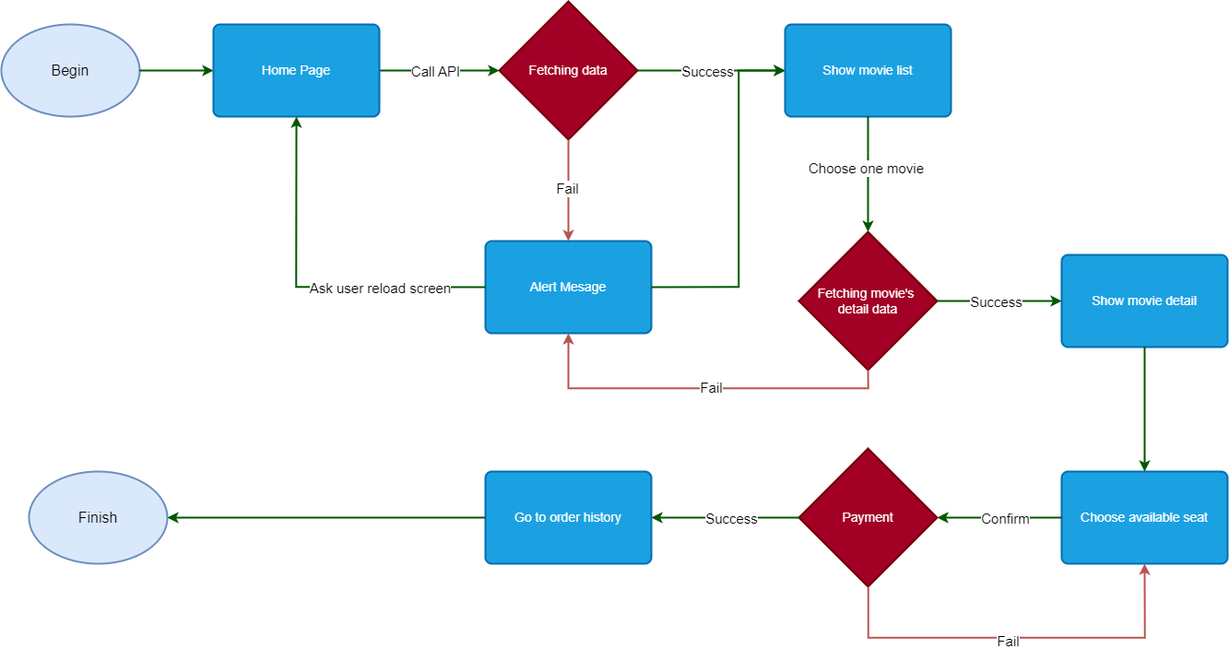
This is buyTicketFlow.drawio.png from anhtuanMDev/AS-FlickTickets, a draw.io export, as it was before one commit. Source tidied: cells renumbered, new cells last; positions are measured from the earlier drawing's top-left corner, leaving out a move shared by most shapes.
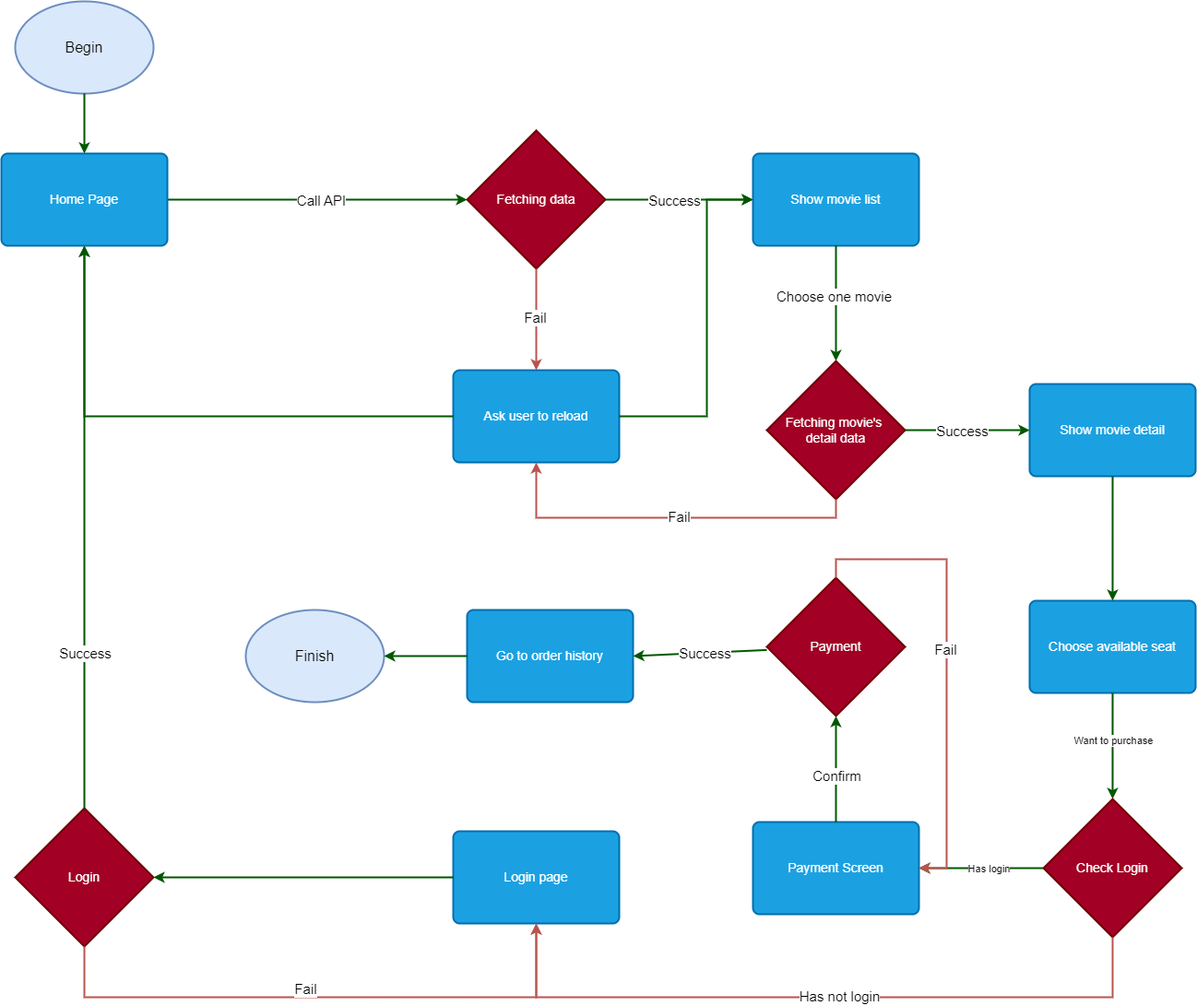
The same diagram one commit later.

Diff of the diagram source:
```diff
@@ -2,7 +2,7 @@
   <root>
     <mxCell id="0" />
     <mxCell id="1" parent="0" />
-    <mxCell id="2" style="edgeStyle=orthogonalEdgeStyle;rounded=0;jettySize=auto;html=1;exitX=1;exitY=0.5;exitDx=0;exitDy=0;fillColor=#008a00;strokeColor=#005700;strokeWidth=2;" parent="1" edge="1" source="4" target="5">
+    <mxCell id="2" style="rounded=0;jettySize=auto;html=1;exitX=1;exitY=0.5;exitDx=0;exitDy=0;fillColor=#008a00;strokeColor=#005700;strokeWidth=2;" parent="1" edge="1" source="4" target="5">
       <mxGeometry relative="1" as="geometry" />
     </mxCell>
     <mxCell id="3" value="&lt;font style=&quot;font-size: 15px;&quot;&gt;Call API&lt;/font&gt;" style="edgeLabel;html=1;align=center;verticalAlign=middle;" parent="2" vertex="1">
@@ -11,7 +11,7 @@
       </mxGeometry>
     </mxCell>
     <mxCell id="4" value="&lt;font style=&quot;font-size: 14px;&quot;&gt;Home Page&lt;/font&gt;" style="rounded=1;whiteSpace=wrap;html=1;absoluteArcSize=1;arcSize=14;strokeWidth=2;fillColor=#1ba1e2;strokeColor=#006EAF;fontColor=#ffffff;" parent="1" vertex="1">
-      <mxGeometry x="230" y="25" width="180" height="100" as="geometry" />
+      <mxGeometry x="35" y="25" width="180" height="100" as="geometry" />
     </mxCell>
     <mxCell id="5" value="&lt;font style=&quot;font-size: 14px;&quot;&gt;Fetching data&lt;/font&gt;" style="strokeWidth=2;html=1;shape=mxgraph.flowchart.decision;whiteSpace=wrap;fillColor=#a20025;fontColor=#ffffff;strokeColor=#6F0000;" parent="1" vertex="1">
       <mxGeometry x="540" width="150" height="150" as="geometry" />
@@ -22,7 +22,7 @@
     <mxCell id="7" value="&lt;font style=&quot;font-size: 15px;&quot;&gt;Fail&lt;/font&gt;" style="edgeLabel;html=1;align=center;verticalAlign=middle;" parent="6" vertex="1">
       <mxGeometry x="-0.06" y="-2" relative="1" as="geometry" />
     </mxCell>
-    <mxCell id="8" value="&lt;span style=&quot;font-size: 14px;&quot;&gt;Alert Mesage&lt;/span&gt;" style="rounded=1;whiteSpace=wrap;html=1;absoluteArcSize=1;arcSize=14;strokeWidth=2;fillColor=#1ba1e2;strokeColor=#006EAF;fontColor=#ffffff;" parent="1" vertex="1">
+    <mxCell id="8" value="&lt;span style=&quot;font-size: 14px;&quot;&gt;Ask user to reload&lt;/span&gt;" style="rounded=1;whiteSpace=wrap;html=1;absoluteArcSize=1;arcSize=14;strokeWidth=2;fillColor=#1ba1e2;strokeColor=#006EAF;fontColor=#ffffff;" parent="1" vertex="1">
       <mxGeometry x="525" y="260" width="180" height="100" as="geometry" />
     </mxCell>
     <mxCell id="9" style="edgeStyle=orthogonalEdgeStyle;rounded=0;jettySize=auto;html=1;exitX=0;exitY=0.5;exitDx=0;exitDy=0;fillColor=#008a00;strokeColor=#005700;strokeWidth=2;entryX=0.5;entryY=1;entryDx=0;entryDy=0;" parent="1" edge="1" source="8" target="4">
@@ -39,9 +39,6 @@
         <mxPoint y="-3" as="offset" />
       </mxGeometry>
     </mxCell>
-    <mxCell id="13" value="&lt;font style=&quot;font-size: 15px;&quot;&gt;Ask user reload screen&lt;/font&gt;" style="edgeLabel;html=1;align=center;verticalAlign=middle;" parent="1" vertex="1">
-      <mxGeometry x="410" y="310" as="geometry" />
-    </mxCell>
     <mxCell id="14" value="&lt;span style=&quot;font-size: 14px;&quot;&gt;Show movie detail&lt;/span&gt;" style="rounded=1;whiteSpace=wrap;html=1;absoluteArcSize=1;arcSize=14;strokeWidth=2;fillColor=#1ba1e2;strokeColor=#006EAF;fontColor=#ffffff;" parent="1" vertex="1">
       <mxGeometry x="1150" y="275" width="180" height="100" as="geometry" />
     </mxCell>
@@ -87,25 +84,8 @@
     <mxCell id="25" value="&lt;span style=&quot;font-size: 14px;&quot;&gt;Payment&lt;/span&gt;" style="strokeWidth=2;html=1;shape=mxgraph.flowchart.decision;whiteSpace=wrap;fillColor=#a20025;fontColor=#ffffff;strokeColor=#6F0000;" parent="1" vertex="1">
       <mxGeometry x="865" y="485" width="150" height="150" as="geometry" />
     </mxCell>
-    <mxCell id="26" style="rounded=0;jettySize=auto;html=1;fillColor=#008a00;strokeColor=#005700;strokeWidth=2;exitX=0;exitY=0.5;exitDx=0;exitDy=0;entryX=1;entryY=0.5;entryDx=0;entryDy=0;entryPerimeter=0;" parent="1" edge="1" source="23" target="25">
-      <mxGeometry relative="1" as="geometry" />
-    </mxCell>
-    <mxCell id="27" value="&lt;font style=&quot;font-size: 15px;&quot;&gt;Confirm&lt;/font&gt;" style="edgeLabel;html=1;align=center;verticalAlign=middle;" parent="26" vertex="1">
-      <mxGeometry x="-0.08" relative="1" as="geometry" />
-    </mxCell>
-    <mxCell id="28" style="rounded=0;jettySize=auto;html=1;entryX=0.5;entryY=1;entryDx=0;entryDy=0;fillColor=#f8cecc;strokeColor=#b85450;strokeWidth=2;edgeStyle=orthogonalEdgeStyle;" parent="1" edge="1" source="25" target="23">
-      <mxGeometry relative="1" as="geometry">
-        <Array as="points">
-          <mxPoint x="940" y="690" />
-          <mxPoint x="1240" y="690" />
-        </Array>
-      </mxGeometry>
-    </mxCell>
-    <mxCell id="29" value="&lt;font style=&quot;font-size: 15px;&quot;&gt;Fail&lt;/font&gt;" style="edgeLabel;html=1;align=center;verticalAlign=middle;" parent="28" vertex="1">
-      <mxGeometry x="-0.06" y="-2" relative="1" as="geometry" />
-    </mxCell>
     <mxCell id="30" value="&lt;span style=&quot;font-size: 14px;&quot;&gt;Go to order history&lt;/span&gt;" style="rounded=1;whiteSpace=wrap;html=1;absoluteArcSize=1;arcSize=14;strokeWidth=2;fillColor=#1ba1e2;strokeColor=#006EAF;fontColor=#ffffff;" parent="1" vertex="1">
-      <mxGeometry x="525" y="510" width="180" height="100" as="geometry" />
+      <mxGeometry x="540" y="520" width="180" height="100" as="geometry" />
     </mxCell>
     <mxCell id="31" style="rounded=0;jettySize=auto;html=1;fillColor=#008a00;strokeColor=#005700;strokeWidth=2;entryX=1;entryY=0.5;entryDx=0;entryDy=0;" parent="1" edge="1" source="25" target="30">
       <mxGeometry relative="1" as="geometry" />
@@ -114,16 +94,93 @@
       <mxGeometry x="-0.08" relative="1" as="geometry" />
     </mxCell>
     <mxCell id="33" value="&lt;font style=&quot;font-size: 16px;&quot;&gt;Begin&lt;/font&gt;" style="strokeWidth=2;html=1;shape=mxgraph.flowchart.start_2;whiteSpace=wrap;fillColor=#dae8fc;strokeColor=#6c8ebf;" parent="1" vertex="1">
-      <mxGeometry y="25" width="150" height="100" as="geometry" />
+      <mxGeometry x="50" y="-140" width="150" height="100" as="geometry" />
     </mxCell>
     <mxCell id="34" value="&lt;font style=&quot;font-size: 16px;&quot;&gt;Finish&lt;/font&gt;" style="strokeWidth=2;html=1;shape=mxgraph.flowchart.start_2;whiteSpace=wrap;fillColor=#dae8fc;strokeColor=#6c8ebf;" parent="1" vertex="1">
-      <mxGeometry x="30" y="510" width="150" height="100" as="geometry" />
+      <mxGeometry x="300" y="520" width="150" height="100" as="geometry" />
     </mxCell>
-    <mxCell id="35" style="edgeStyle=orthogonalEdgeStyle;rounded=0;jettySize=auto;html=1;exitX=1;exitY=0.5;exitDx=0;exitDy=0;fillColor=#008a00;strokeColor=#005700;strokeWidth=2;entryX=0;entryY=0.5;entryDx=0;entryDy=0;exitPerimeter=0;" parent="1" edge="1" source="33" target="4">
+    <mxCell id="35" style="rounded=0;jettySize=auto;html=1;exitX=0.5;exitY=1;exitDx=0;exitDy=0;fillColor=#008a00;strokeColor=#005700;strokeWidth=2;entryX=0.5;entryY=0;entryDx=0;entryDy=0;exitPerimeter=0;" parent="1" edge="1" source="33" target="4">
       <mxGeometry relative="1" as="geometry" />
     </mxCell>
     <mxCell id="36" style="rounded=0;jettySize=auto;html=1;fillColor=#008a00;strokeColor=#005700;strokeWidth=2;" parent="1" edge="1" source="30" target="34">
       <mxGeometry relative="1" as="geometry" />
     </mxCell>
+    <mxCell id="37" value="&lt;span style=&quot;font-size: 14px;&quot;&gt;Payment Screen&lt;/span&gt;" style="rounded=1;whiteSpace=wrap;html=1;absoluteArcSize=1;arcSize=14;strokeWidth=2;fillColor=#1ba1e2;strokeColor=#006EAF;fontColor=#ffffff;" parent="1" vertex="1">
+      <mxGeometry x="850" y="750" width="180" height="100" as="geometry" />
+    </mxCell>
+    <mxCell id="38" style="rounded=0;jettySize=auto;html=1;fillColor=#008a00;strokeColor=#005700;strokeWidth=2;exitX=0.5;exitY=1;exitDx=0;exitDy=0;entryX=0.5;entryY=0;entryDx=0;entryDy=0;entryPerimeter=0;" parent="1" edge="1" source="23" target="40">
+      <mxGeometry relative="1" as="geometry" />
+    </mxCell>
+    <mxCell id="39" value="Want to purchase" style="edgeLabel;html=1;align=center;verticalAlign=middle;" parent="38" vertex="1">
+      <mxGeometry x="-0.11" relative="1" as="geometry" />
+    </mxCell>
+    <mxCell id="40" value="&lt;span style=&quot;font-size: 14px;&quot;&gt;Check Login&lt;/span&gt;" style="strokeWidth=2;html=1;shape=mxgraph.flowchart.decision;whiteSpace=wrap;fillColor=#a20025;fontColor=#ffffff;strokeColor=#6F0000;" parent="1" vertex="1">
+      <mxGeometry x="1165" y="725" width="150" height="150" as="geometry" />
+    </mxCell>
+    <mxCell id="41" style="rounded=0;jettySize=auto;html=1;fillColor=#008a00;strokeColor=#005700;strokeWidth=2;exitX=0;exitY=0.5;exitDx=0;exitDy=0;entryX=1;entryY=0.5;entryDx=0;entryDy=0;exitPerimeter=0;" parent="1" edge="1" source="40" target="37">
+      <mxGeometry relative="1" as="geometry" />
+    </mxCell>
+    <mxCell id="42" value="Has login" style="edgeLabel;html=1;align=center;verticalAlign=middle;" parent="41" vertex="1">
+      <mxGeometry x="-0.11" relative="1" as="geometry" />
+    </mxCell>
+    <mxCell id="43" value="&lt;span style=&quot;font-size: 14px;&quot;&gt;Login page&lt;/span&gt;" style="rounded=1;whiteSpace=wrap;html=1;absoluteArcSize=1;arcSize=14;strokeWidth=2;fillColor=#1ba1e2;strokeColor=#006EAF;fontColor=#ffffff;" parent="1" vertex="1">
+      <mxGeometry x="525" y="760" width="180" height="100" as="geometry" />
+    </mxCell>
+    <mxCell id="44" style="rounded=0;jettySize=auto;html=1;entryX=0.5;entryY=1;entryDx=0;entryDy=0;fillColor=#f8cecc;strokeColor=#b85450;strokeWidth=2;exitX=0.5;exitY=1;exitDx=0;exitDy=0;exitPerimeter=0;edgeStyle=orthogonalEdgeStyle;" parent="1" edge="1" source="40" target="43">
+      <mxGeometry relative="1" as="geometry">
+        <Array as="points">
+          <mxPoint x="1240" y="940" />
+          <mxPoint x="615" y="940" />
+        </Array>
+      </mxGeometry>
+    </mxCell>
+    <mxCell id="45" value="&lt;font style=&quot;font-size: 15px;&quot;&gt;Has not login&lt;/font&gt;" style="edgeLabel;html=1;align=center;verticalAlign=middle;" parent="44" vertex="1">
+      <mxGeometry x="-0.06" y="-2" relative="1" as="geometry" />
+    </mxCell>
+    <mxCell id="46" style="rounded=0;jettySize=auto;html=1;fillColor=#008a00;strokeColor=#005700;strokeWidth=2;exitX=0.5;exitY=0;exitDx=0;exitDy=0;entryX=0.5;entryY=1;entryDx=0;entryDy=0;entryPerimeter=0;" parent="1" edge="1" source="37" target="25">
+      <mxGeometry relative="1" as="geometry" />
+    </mxCell>
+    <mxCell id="27" value="&lt;font style=&quot;font-size: 15px;&quot;&gt;Confirm&lt;/font&gt;" style="edgeLabel;html=1;align=center;verticalAlign=middle;" parent="46" vertex="1">
+      <mxGeometry x="-0.11" relative="1" as="geometry" />
+    </mxCell>
+    <mxCell id="47" style="rounded=0;jettySize=auto;html=1;entryX=1;entryY=0.5;entryDx=0;entryDy=0;fillColor=#f8cecc;strokeColor=#b85450;strokeWidth=2;exitX=0.5;exitY=0;exitDx=0;exitDy=0;exitPerimeter=0;edgeStyle=orthogonalEdgeStyle;" parent="1" edge="1" source="25" target="37">
+      <mxGeometry relative="1" as="geometry">
+        <Array as="points">
+          <mxPoint x="940" y="465" />
+          <mxPoint x="1060" y="465" />
+          <mxPoint x="1060" y="800" />
+        </Array>
+      </mxGeometry>
+    </mxCell>
+    <mxCell id="48" value="&lt;font style=&quot;font-size: 15px;&quot;&gt;Fail&lt;/font&gt;" style="edgeLabel;html=1;align=center;verticalAlign=middle;" parent="47" vertex="1">
+      <mxGeometry x="-0.06" y="-2" relative="1" as="geometry" />
+    </mxCell>
+    <mxCell id="49" value="&lt;span style=&quot;font-size: 14px;&quot;&gt;Login&lt;/span&gt;" style="strokeWidth=2;html=1;shape=mxgraph.flowchart.decision;whiteSpace=wrap;fillColor=#a20025;fontColor=#ffffff;strokeColor=#6F0000;" parent="1" vertex="1">
+      <mxGeometry x="50" y="735" width="150" height="150" as="geometry" />
+    </mxCell>
+    <mxCell id="50" style="rounded=0;jettySize=auto;html=1;fillColor=#008a00;strokeColor=#005700;strokeWidth=2;exitX=0;exitY=0.5;exitDx=0;exitDy=0;" parent="1" edge="1" source="43" target="49">
+      <mxGeometry relative="1" as="geometry" />
+    </mxCell>
+    <mxCell id="51" style="rounded=0;jettySize=auto;html=1;fillColor=#008a00;strokeColor=#005700;strokeWidth=2;exitX=0.5;exitY=0;exitDx=0;exitDy=0;exitPerimeter=0;" parent="1" edge="1" source="49" target="4">
+      <mxGeometry relative="1" as="geometry" />
+    </mxCell>
+    <mxCell id="52" value="&lt;font style=&quot;font-size: 15px;&quot;&gt;Success&lt;/font&gt;" style="edgeLabel;html=1;align=center;verticalAlign=middle;" parent="51" vertex="1">
+      <mxGeometry x="-0.45" y="-3" relative="1" as="geometry">
+        <mxPoint x="-3" y="-1" as="offset" />
+      </mxGeometry>
+    </mxCell>
+    <mxCell id="53" style="rounded=0;jettySize=auto;html=1;fillColor=#f8cecc;strokeColor=#b85450;strokeWidth=2;exitX=0.5;exitY=1;exitDx=0;exitDy=0;exitPerimeter=0;entryX=0.5;entryY=1;entryDx=0;entryDy=0;edgeStyle=orthogonalEdgeStyle;" parent="1" edge="1" source="49" target="43">
+      <mxGeometry relative="1" as="geometry">
+        <Array as="points">
+          <mxPoint x="125" y="940" />
+          <mxPoint x="615" y="940" />
+        </Array>
+      </mxGeometry>
+    </mxCell>
+    <mxCell id="54" value="&lt;font style=&quot;font-size: 15px;&quot;&gt;Fail&lt;/font&gt;" style="edgeLabel;html=1;align=center;verticalAlign=middle;" parent="53" vertex="1">
+      <mxGeometry x="-0.06" y="-2" relative="1" as="geometry">
+        <mxPoint y="-12" as="offset" />
+      </mxGeometry>
+    </mxCell>
   </root>
 </mxGraphModel>
```
